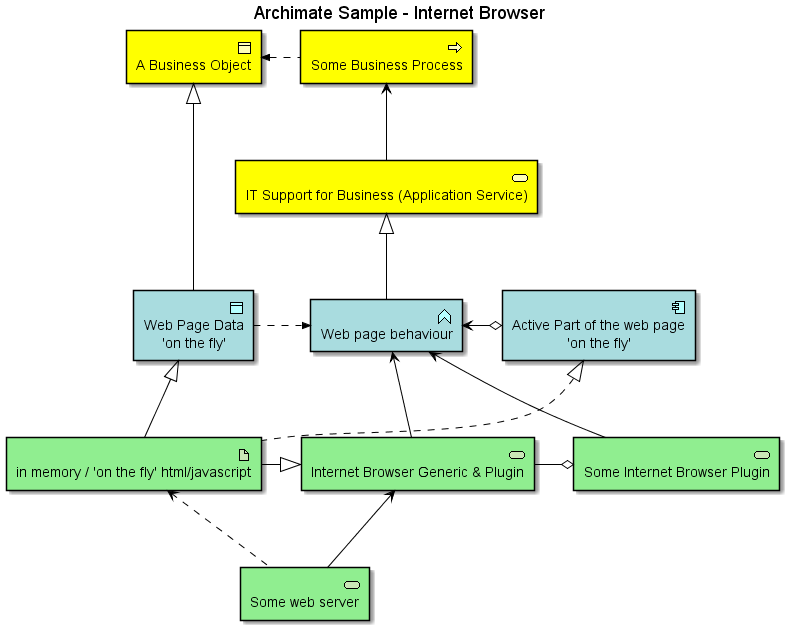
Before: images/Archimate Sample - Internet Browser.png, a diagram exported from PlantUML (plantuml-stdlib/Archimate-PlantUML).
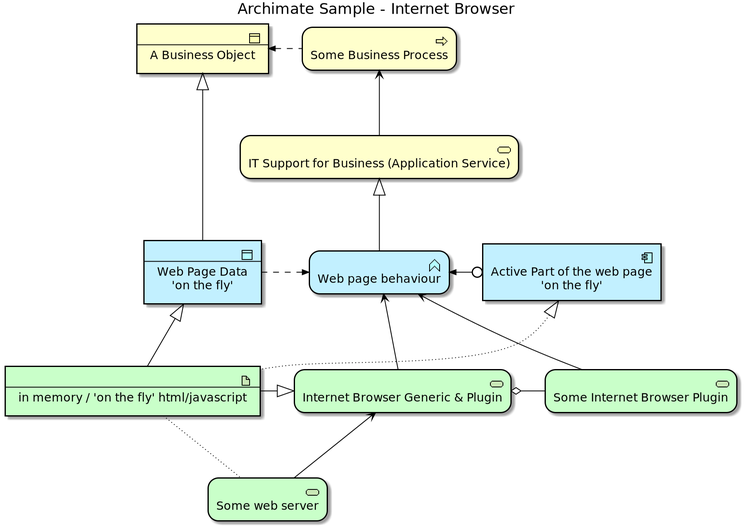
The same diagram one commit later.

What changed in the source:
```diff
@@ -4,6 +4,7 @@
 skinparam defaultTextAlignment center
 skinparam wrapWidth 400
 skinparam maxMessageSize 150
+skinparam StereotypeAlignment right
 
 skinparam Arrow {
     Color #000000
@@ -19,6 +20,7 @@
 }
 skinparam Folder<<group>> {
     Shadowing true
+    StereotypeFontSize 0
     FontColor #444444
     BackgroundColor lightgrey
 }
@@ -29,6 +31,55 @@
     BorderColor #444444
     BorderStyle dashed
 }
+skinparam node {
+  StereotypeAlignment right
+}
+skinparam cloud {
+  StereotypeAlignment right
+}
+skinparam frame {
+  StereotypeAlignment right
+}
+skinparam archimate {
+  StereotypeAlignment right
+  RoundCorner<<strategy-capability>> 25
+  RoundCorner<<strategy-course-of-action>> 25
+  RoundCorner<<strategy-value-stream>> 25
+  RoundCorner<<business-process>> 25
+  RoundCorner<<business-event>> 25
+  RoundCorner<<business-function>> 25
+  RoundCorner<<business-interaction>> 25
+  RoundCorner<<business-event>> 25
+  RoundCorner<<business-service>> 25
+  RoundCorner<<application-function>> 25
+  RoundCorner<<application-interaction>> 25
+  RoundCorner<<application-process>> 25
+  RoundCorner<<application-event>> 25
+  RoundCorner<<application-service>> 25
+  RoundCorner<<technology-function>> 25
+  RoundCorner<<technology-process>> 25
+  RoundCorner<<technology-interaction>> 25
+  RoundCorner<<technology-event>> 25
+  RoundCorner<<technology-infra-service>> 25
+  RoundCorner<<implementation-workpackage>> 25
+  RoundCorner<<implementation-event>> 25
+  DiagonalCorner<<motivation-stakeholder>> 12
+  DiagonalCorner<<motivation-driver>> 12
+  DiagonalCorner<<motivation-assessment>> 12
+  DiagonalCorner<<motivation-goal>> 12
+  DiagonalCorner<<motivation-outcome>> 12
+  DiagonalCorner<<motivation-principle>> 12
+  DiagonalCorner<<motivation-requirement>> 12
+  DiagonalCorner<<motivation-constraint>> 12
+}
+skinparam usecase {
+  BorderColor #000000
+}
+
+
+
+
+
 
 
 
@@ -56,15 +107,15 @@
 title Archimate Sample - Internet Browser
 
 
-archimate #BUSINESS "A Business Object" <<business-object>> as businessObject
+archimate #BUSINESS "----\n A Business Object" <<business-object>> as businessObject
 archimate #BUSINESS "Some Business Process" <<business-process>> as someBusinessProcess
 archimate #BUSINESS "IT Support for Business (Application Service)" <<business-service>> as itSupportService
 
-archimate #APPLICATION "Web Page Data \n 'on the fly'" <<application-data-object>> as dataObject
+archimate #APPLICATION "----\n Web Page Data \n 'on the fly'" <<application-data-object>> as dataObject
 archimate #APPLICATION "Web page behaviour" <<application-function>> as webpageBehaviour
 archimate #APPLICATION "Active Part of the web page \n 'on the fly'" <<application-component>> as ActivePartWebPage
 
-archimate #TECHNOLOGY "in memory / 'on the fly' html/javascript" <<technology-artifact>> as inMemoryItem
+archimate #TECHNOLOGY "----\n in memory / 'on the fly' html/javascript" <<technology-artifact>> as inMemoryItem
 archimate #TECHNOLOGY "Internet Browser Generic & Plugin" <<technology-infra-service>> as internetBrowser
 archimate #TECHNOLOGY "Some Internet Browser Plugin" <<technology-infra-service>> as internetBrowserPlugin
 archimate #TECHNOLOGY "Some web server" <<technology-infra-service>> as webServer
@@ -74,14 +125,14 @@
 webpageBehaviour -UP-|> itSupportService : ""
 dataObject .RIGHT.>> webpageBehaviour : ""
 dataObject -UP-|> businessObject : ""
-ActivePartWebPage o-LEFT-> webpageBehaviour : ""
+ActivePartWebPage 0-LEFT->> webpageBehaviour : ""
 inMemoryItem -UP-|> dataObject : ""
-inMemoryItem .UP.|> ActivePartWebPage : ""
+inMemoryItem ~UP~|> ActivePartWebPage : ""
 inMemoryItem -RIGHT-|> internetBrowser : ""
 internetBrowser -UP-> webpageBehaviour : ""
 internetBrowserPlugin -UP-> webpageBehaviour : ""
-internetBrowser -RIGHT-o internetBrowserPlugin : ""
-webServer .UP.> inMemoryItem : ""
+internetBrowser o-RIGHT- internetBrowserPlugin : ""
+webServer ~UP~ inMemoryItem : ""
 webServer -UP-> internetBrowser : ""
 
 @enduml
```
